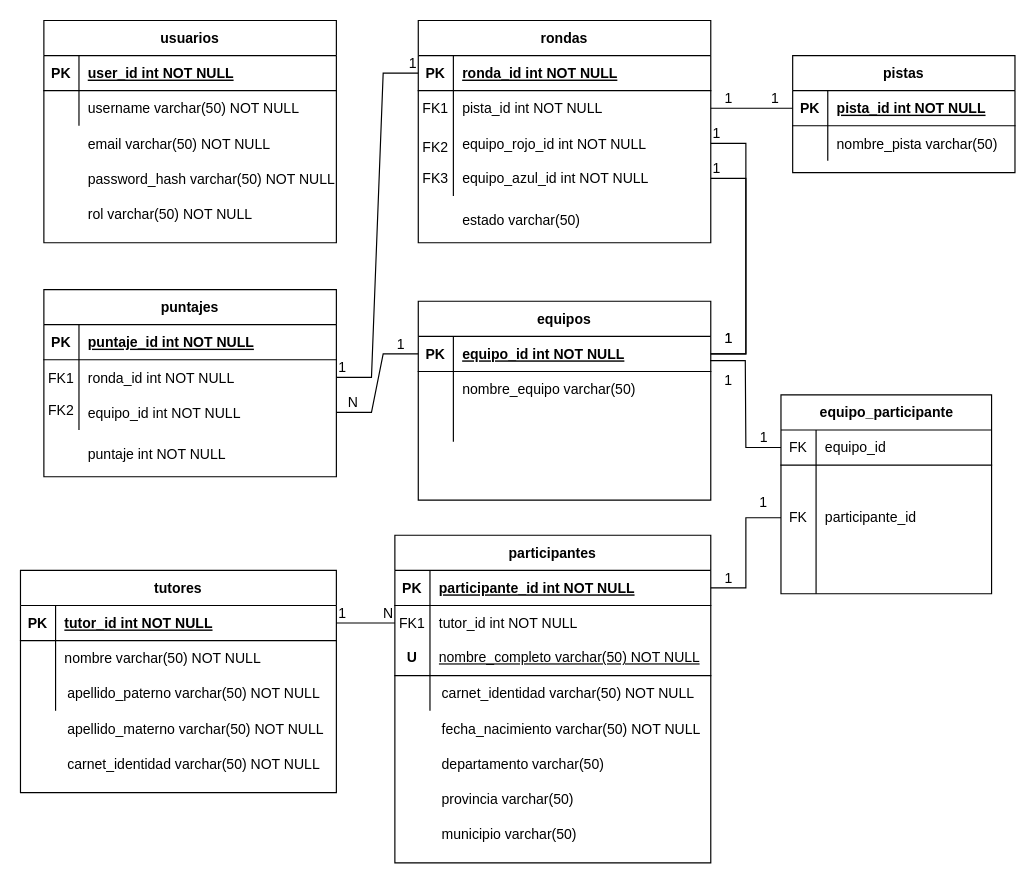
df478/opticloud-architecture keeps this draw.io diagram as ERDAgeticPrueba.drawio. Above is the earlier version. Source tidied: cells renumbered, new cells numbered last; positions are measured from the earlier drawing's top-left corner, leaving out a move shared by most shapes. Both pictures are drawn from the tidied source at 117%, with x=0, y=0 at pixel (20, 20).
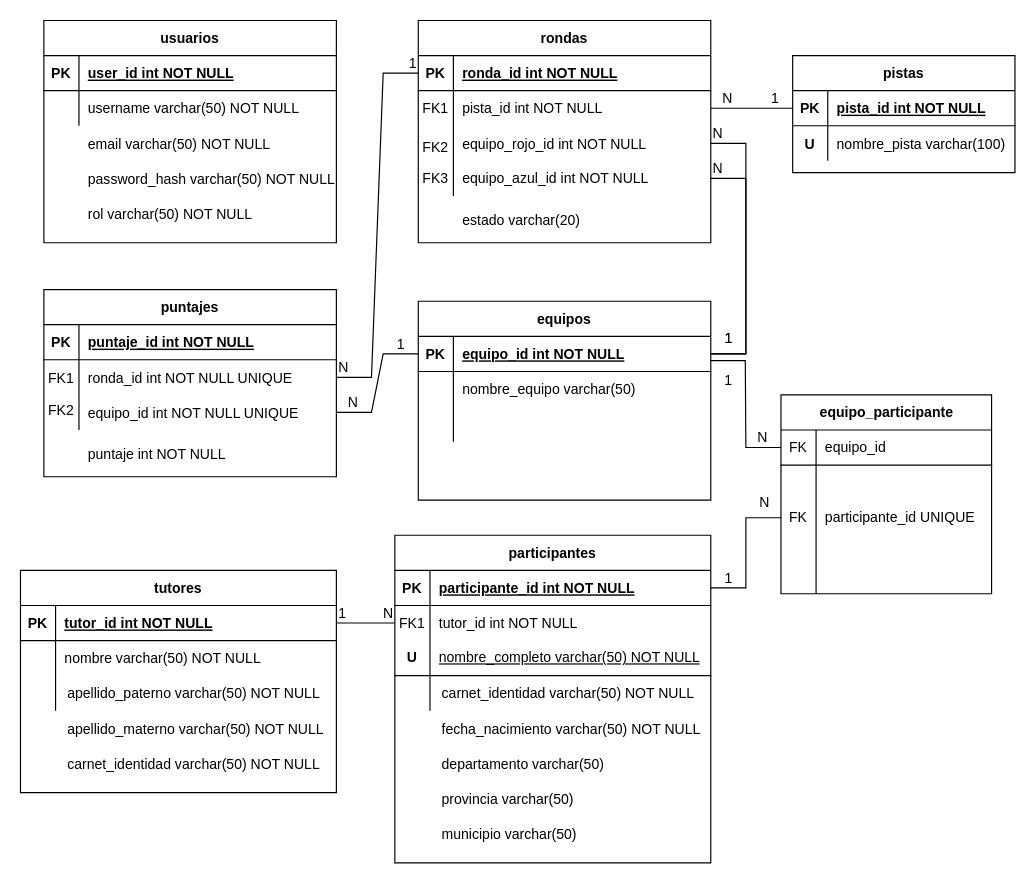
The same page after the edit.

Unchanged cells that the change refers to:
```xml
<mxCell id="83" style="shape=partialRectangle;fillColor=none;top=0;left=0;right=0;bottom=0;" parent="79" vertex="1">
  <mxGeometry y="60" width="190" height="30" as="geometry" />
</mxCell>
<mxCell id="86" style="group;" parent="1" vertex="1">
  <mxGeometry x="340" width="250" height="200" as="geometry" />
</mxCell>
<mxCell id="108" style="shape=partialRectangle;fillColor=none;points=[[0,0.5],[1,0.5]];portConstraint=eastwest;top=0;left=0;right=0;bottom=0;" parent="104" vertex="1">
  <mxGeometry y="60" width="250" height="30" as="geometry" />
</mxCell>
<mxCell id="111" style="shape=partialRectangle;fillColor=none;points=[[0,0.5],[1,0.5]];portConstraint=eastwest;top=0;left=0;right=0;bottom=0;" parent="104" vertex="1">
  <mxGeometry y="90" width="250" height="30" as="geometry" />
</mxCell>
<mxCell id="119" style="endArrow=none;html=1;rounded=0;exitX=1;exitY=0.5;exitDx=0;exitDy=0;entryX=0;entryY=0.5;entryDx=0;entryDy=0;edgeStyle=entityRelationEdgeStyle;" parent="1" edge="1" source="108" target="88">
  <mxGeometry relative="1" as="geometry" />
</mxCell>
<mxCell id="122" style="endArrow=none;html=1;rounded=0;entryX=1;entryY=0.5;entryDx=0;entryDy=0;edgeStyle=entityRelationEdgeStyle;exitX=0;exitY=0.5;exitDx=0;exitDy=0;" parent="1" edge="1" source="80" target="91">
  <mxGeometry relative="1" as="geometry" />
</mxCell>
<mxCell id="125" style="endArrow=none;html=1;rounded=0;edgeStyle=entityRelationEdgeStyle;exitX=1;exitY=0.5;exitDx=0;exitDy=0;" parent="1" edge="1" source="94" target="70">
  <mxGeometry relative="1" as="geometry">
    <Array as="points">
      <mxPoint x="610" y="310" />
      <mxPoint x="610" y="280" />
    </Array>
  </mxGeometry>
</mxCell>
<mxCell id="128" style="endArrow=none;html=1;rounded=0;edgeStyle=entityRelationEdgeStyle;exitX=1;exitY=0.5;exitDx=0;exitDy=0;" parent="1" edge="1" source="97" target="70">
  <mxGeometry relative="1" as="geometry">
    <Array as="points">
      <mxPoint x="760" y="335" />
      <mxPoint x="760" y="305" />
    </Array>
  </mxGeometry>
</mxCell>
<mxCell id="134" style="endArrow=none;html=1;rounded=0;edgeStyle=entityRelationEdgeStyle;exitX=0.998;exitY=0.692;exitDx=0;exitDy=0;exitPerimeter=0;entryX=0;entryY=0.5;entryDx=0;entryDy=0;" parent="1" edge="1" source="70" target="141">
  <mxGeometry relative="1" as="geometry">
    <Array as="points">
      <mxPoint x="600" y="290" />
    </Array>
  </mxGeometry>
</mxCell>
<mxCell id="137" style="endArrow=none;html=1;rounded=0;edgeStyle=entityRelationEdgeStyle;entryX=1;entryY=0.5;entryDx=0;entryDy=0;exitX=0;exitY=0.5;exitDx=0;exitDy=0;" parent="1" edge="1" source="147" target="24">
  <mxGeometry relative="1" as="geometry" />
</mxCell>
<mxCell id="147" style="shape=tableRow;horizontal=0;startSize=0;swimlaneHead=0;swimlaneBody=0;fillColor=none;points=[[0,0.5],[1,0.5]];portConstraint=eastwest;top=0;left=0;right=0;bottom=0;" parent="140" vertex="1">
  <mxGeometry y="90" width="180" height="30" as="geometry" />
</mxCell>
```

What changed in the source:
```diff
@@
-    <mxCell id="85" value="nombre_pista varchar(50)" style="shape=partialRectangle;overflow=hidden;fillColor=none;top=0;left=0;bottom=0;right=0;align=left;spacingLeft=6;" parent="83" vertex="1">
+    <mxCell id="85" value="nombre_pista varchar(100)" style="shape=partialRectangle;overflow=hidden;fillColor=none;top=0;left=0;bottom=0;right=0;align=left;spacingLeft=6;" parent="83" vertex="1">
       <mxGeometry x="30" width="160" height="30" as="geometry" />
     </mxCell>
@@
-    <mxCell id="101" value="estado varchar(50)" style="shape=partialRectangle;overflow=hidden;fillColor=none;top=0;left=0;bottom=0;right=0;align=left;spacingLeft=6;" parent="86" vertex="1">
+    <mxCell id="101" value="estado varchar(20)" style="shape=partialRectangle;overflow=hidden;fillColor=none;top=0;left=0;bottom=0;right=0;align=left;spacingLeft=6;" parent="86" vertex="1">
       <mxGeometry x="30" y="155.3" width="220" height="30" as="geometry" />
     </mxCell>
@@
-    <mxCell id="110" value="ronda_id int NOT NULL" style="shape=partialRectangle;overflow=hidden;fillColor=none;top=0;left=0;bottom=0;right=0;align=left;spacingLeft=6;" parent="108" vertex="1">
+    <mxCell id="110" value="ronda_id int NOT NULL UNIQUE" style="shape=partialRectangle;overflow=hidden;fillColor=none;top=0;left=0;bottom=0;right=0;align=left;spacingLeft=6;" parent="108" vertex="1">
       <mxGeometry x="30" width="220" height="30" as="geometry" />
     </mxCell>
@@
-    <mxCell id="113" value="equipo_id int NOT NULL" style="shape=partialRectangle;overflow=hidden;fillColor=none;top=0;left=0;bottom=0;right=0;align=left;spacingLeft=6;" parent="111" vertex="1">
+    <mxCell id="113" value="equipo_id int NOT NULL UNIQUE" style="shape=partialRectangle;overflow=hidden;fillColor=none;top=0;left=0;bottom=0;right=0;align=left;spacingLeft=6;" parent="111" vertex="1">
       <mxGeometry x="30" width="220" height="30" as="geometry" />
     </mxCell>
@@
-    <mxCell id="120" value="1" style="html=1;whiteSpace=wrap;align=left;verticalAlign=bottom;" parent="119" vertex="1">
+    <mxCell id="120" value="N" style="html=1;whiteSpace=wrap;align=left;verticalAlign=bottom;" parent="119" vertex="1">
       <mxGeometry x="-1" relative="1" as="geometry" />
     </mxCell>
@@
-    <mxCell id="124" value="1" style="html=1;whiteSpace=wrap;align=right;verticalAlign=bottom;" parent="122" vertex="1">
+    <mxCell id="124" value="N" style="html=1;whiteSpace=wrap;align=right;verticalAlign=bottom;" parent="122" vertex="1">
       <mxGeometry x="1" relative="1" as="geometry">
         <mxPoint x="20" as="offset" />
       </mxGeometry>
     </mxCell>
@@
-    <mxCell id="126" value="1" style="html=1;whiteSpace=wrap;align=left;verticalAlign=bottom;" parent="125" vertex="1">
+    <mxCell id="126" value="N" style="html=1;whiteSpace=wrap;align=left;verticalAlign=bottom;" parent="125" vertex="1">
       <mxGeometry x="-1" relative="1" as="geometry" />
     </mxCell>
@@
-    <mxCell id="129" value="1" style="html=1;whiteSpace=wrap;align=left;verticalAlign=bottom;" parent="128" vertex="1">
+    <mxCell id="129" value="N" style="html=1;whiteSpace=wrap;align=left;verticalAlign=bottom;" parent="128" vertex="1">
       <mxGeometry x="-1" relative="1" as="geometry" />
     </mxCell>
@@
-    <mxCell id="136" value="1" style="html=1;whiteSpace=wrap;align=right;verticalAlign=bottom;" parent="134" vertex="1">
+    <mxCell id="136" value="N" style="html=1;whiteSpace=wrap;align=right;verticalAlign=bottom;" parent="134" vertex="1">
       <mxGeometry x="1" relative="1" as="geometry">
         <mxPoint x="-10" as="offset" />
       </mxGeometry>
     </mxCell>
@@
-    <mxCell id="138" value="1" style="html=1;whiteSpace=wrap;align=left;verticalAlign=bottom;" parent="137" vertex="1">
+    <mxCell id="138" value="N" style="html=1;whiteSpace=wrap;align=left;verticalAlign=bottom;" parent="137" vertex="1">
       <mxGeometry x="-1" relative="1" as="geometry">
         <mxPoint x="-20" y="-5" as="offset" />
       </mxGeometry>
     </mxCell>
@@
-    <mxCell id="149" value="participante_id" style="shape=partialRectangle;fillColor=none;top=0;left=0;bottom=0;right=0;align=left;spacingLeft=6;fontStyle=0;overflow=hidden;whiteSpace=wrap;html=1;" parent="147" vertex="1">
+    <mxCell id="149" value="participante_id UNIQUE" style="shape=partialRectangle;fillColor=none;top=0;left=0;bottom=0;right=0;align=left;spacingLeft=6;fontStyle=0;overflow=hidden;whiteSpace=wrap;html=1;" parent="147" vertex="1">
       <mxGeometry x="30" width="150" height="30" as="geometry" />
     </mxCell>
@@
+    <mxCell id="156" value="U" style="shape=partialRectangle;overflow=hidden;fillColor=none;top=0;left=0;bottom=0;right=0;fontStyle=1;" parent="1" vertex="1">
+      <mxGeometry x="660" y="90" width="30" height="30" as="geometry" />
+    </mxCell>
```
